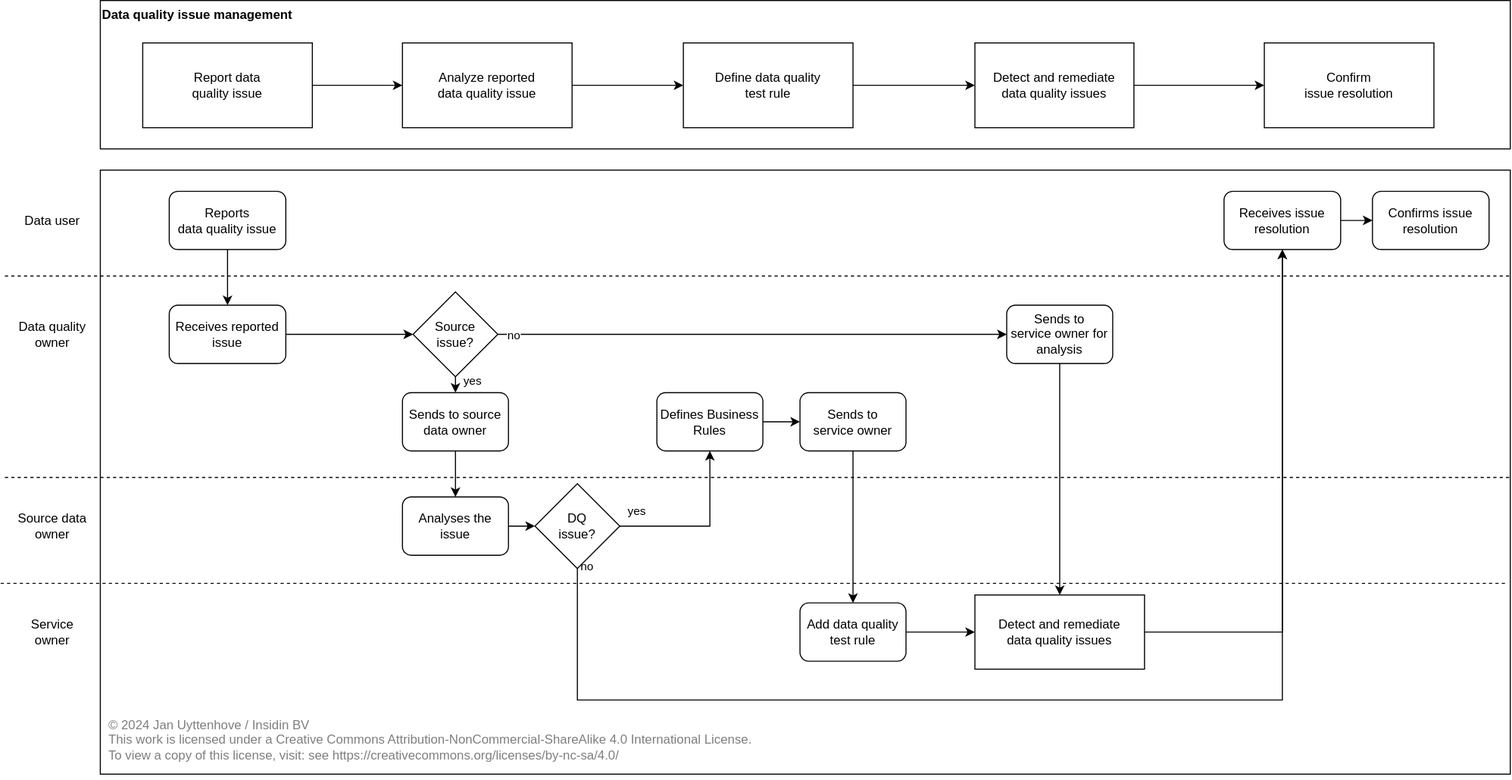
Earlier version of the draw.io export dm-process/dq-issue-mgmt.drawio.svg (insidin/architecture). Source tidied: cells renumbered, new cells last; positions are measured from the earlier drawing's top-left corner, leaving out a move shared by most shapes. Source of this version:
```xml
<mxGraphModel>
  <root>
    <mxCell id="0" />
    <mxCell id="1" parent="0" />
    <mxCell id="2" style="rounded=0;whiteSpace=wrap;html=1;align=left;verticalAlign=top;" parent="1" vertex="1">
      <mxGeometry x="94" y="160" width="1330" height="570" as="geometry" />
    </mxCell>
    <mxCell id="3" value="&lt;b&gt;Data quality issue management&lt;/b&gt;" style="rounded=0;whiteSpace=wrap;html=1;align=left;verticalAlign=top;" parent="1" vertex="1">
      <mxGeometry x="94" width="1330" height="140" as="geometry" />
    </mxCell>
    <mxCell id="4" value="Report data &lt;br&gt;quality issue" style="rounded=0;whiteSpace=wrap;html=1;" parent="1" vertex="1">
      <mxGeometry x="134" y="40" width="160" height="80" as="geometry" />
    </mxCell>
    <mxCell id="5" style="edgeStyle=none;rounded=0;jettySize=auto;html=1;exitX=1;exitY=0.5;exitDx=0;exitDy=0;entryX=0;entryY=0.5;entryDx=0;entryDy=0;" parent="1" edge="1" source="6" target="38">
      <mxGeometry relative="1" as="geometry" />
    </mxCell>
    <mxCell id="6" value="Define data quality &lt;br&gt;test rule" style="rounded=0;whiteSpace=wrap;html=1;" parent="1" vertex="1">
      <mxGeometry x="644" y="40" width="160" height="80" as="geometry" />
    </mxCell>
    <mxCell id="7" style="edgeStyle=orthogonalEdgeStyle;rounded=0;jettySize=auto;html=1;" parent="1" edge="1" source="38" target="36">
      <mxGeometry relative="1" as="geometry" />
    </mxCell>
    <mxCell id="8" style="endArrow=classic;html=1;rounded=0;exitX=1;exitY=0.5;exitDx=0;exitDy=0;entryX=0;entryY=0.5;entryDx=0;entryDy=0;" parent="1" edge="1" source="4" target="15">
      <mxGeometry relative="1" as="geometry" />
    </mxCell>
    <mxCell id="9" value="Data user" style="text;html=1;align=center;verticalAlign=middle;whiteSpace=wrap;rounded=0;" parent="1" vertex="1">
      <mxGeometry x="19" y="192.5" width="60" height="30" as="geometry" />
    </mxCell>
    <mxCell id="10" style="edgeStyle=orthogonalEdgeStyle;rounded=0;jettySize=auto;html=1;" parent="1" edge="1" source="11" target="13">
      <mxGeometry relative="1" as="geometry" />
    </mxCell>
    <mxCell id="11" value="Reports &lt;br&gt;data quality issue" style="rounded=1;whiteSpace=wrap;html=1;" parent="1" vertex="1">
      <mxGeometry x="159" y="180" width="110" height="55" as="geometry" />
    </mxCell>
    <mxCell id="12" value="Data quality owner" style="text;html=1;align=center;verticalAlign=middle;whiteSpace=wrap;rounded=0;" parent="1" vertex="1">
      <mxGeometry x="4" y="300" width="90" height="30" as="geometry" />
    </mxCell>
    <mxCell id="13" value="Receives reported issue" style="rounded=1;whiteSpace=wrap;html=1;" parent="1" vertex="1">
      <mxGeometry x="159" y="287.5" width="110" height="55" as="geometry" />
    </mxCell>
    <mxCell id="14" style="edgeStyle=orthogonalEdgeStyle;rounded=0;jettySize=auto;html=1;" parent="1" edge="1" source="15" target="6">
      <mxGeometry relative="1" as="geometry" />
    </mxCell>
    <mxCell id="15" value="Analyze reported &lt;br&gt;data quality issue" style="rounded=0;whiteSpace=wrap;html=1;" parent="1" vertex="1">
      <mxGeometry x="379" y="40" width="160" height="80" as="geometry" />
    </mxCell>
    <mxCell id="16" value="Source data&amp;nbsp;&lt;br style=&quot;border-color: var(--border-color);&quot;&gt;owner" style="text;html=1;align=center;verticalAlign=middle;whiteSpace=wrap;rounded=0;" parent="1" vertex="1">
      <mxGeometry x="4" y="480.9" width="90" height="30" as="geometry" />
    </mxCell>
    <mxCell id="17" style="edgeStyle=orthogonalEdgeStyle;rounded=0;jettySize=auto;html=1;" parent="1" edge="1" source="18" target="20">
      <mxGeometry relative="1" as="geometry" />
    </mxCell>
    <mxCell id="18" value="Sends to source data owner" style="rounded=1;whiteSpace=wrap;html=1;" parent="1" vertex="1">
      <mxGeometry x="379" y="370" width="100" height="55" as="geometry" />
    </mxCell>
    <mxCell id="19" style="edgeStyle=orthogonalEdgeStyle;rounded=0;jettySize=auto;html=1;entryX=0;entryY=0.5;entryDx=0;entryDy=0;" parent="1" edge="1" source="20" target="32">
      <mxGeometry relative="1" as="geometry" />
    </mxCell>
    <mxCell id="20" value="Analyses the issue" style="rounded=1;whiteSpace=wrap;html=1;" parent="1" vertex="1">
      <mxGeometry x="379" y="468.4" width="100" height="55" as="geometry" />
    </mxCell>
    <mxCell id="21" style="edgeStyle=orthogonalEdgeStyle;rounded=0;jettySize=auto;html=1;exitX=1;exitY=0.5;exitDx=0;exitDy=0;entryX=0.5;entryY=1;entryDx=0;entryDy=0;" parent="1" edge="1" source="32" target="24">
      <mxGeometry relative="1" as="geometry">
        <Array as="points">
          <mxPoint x="669" y="496" />
        </Array>
      </mxGeometry>
    </mxCell>
    <mxCell id="22" value="yes" style="edgeLabel;html=1;align=center;verticalAlign=middle;" parent="21" vertex="1">
      <mxGeometry x="-0.1" y="-1" relative="1" as="geometry">
        <mxPoint x="-55" y="-15" as="offset" />
      </mxGeometry>
    </mxCell>
    <mxCell id="23" style="edgeStyle=orthogonalEdgeStyle;rounded=0;jettySize=auto;html=1;" parent="1" edge="1" source="24" target="27">
      <mxGeometry relative="1" as="geometry" />
    </mxCell>
    <mxCell id="24" value="Defines Business Rules&amp;nbsp;" style="rounded=1;whiteSpace=wrap;html=1;" parent="1" vertex="1">
      <mxGeometry x="619" y="370" width="100" height="55" as="geometry" />
    </mxCell>
    <mxCell id="25" value="Service &lt;br&gt;owner" style="text;html=1;align=center;verticalAlign=middle;whiteSpace=wrap;rounded=0;" parent="1" vertex="1">
      <mxGeometry x="4" y="580.9" width="90" height="30" as="geometry" />
    </mxCell>
    <mxCell id="26" style="edgeStyle=none;rounded=0;jettySize=auto;html=1;exitX=0.5;exitY=1;exitDx=0;exitDy=0;" parent="1" edge="1" source="27" target="29">
      <mxGeometry relative="1" as="geometry" />
    </mxCell>
    <mxCell id="27" value="Sends to &lt;br&gt;service owner" style="rounded=1;whiteSpace=wrap;html=1;" parent="1" vertex="1">
      <mxGeometry x="754" y="370" width="100" height="55" as="geometry" />
    </mxCell>
    <mxCell id="28" style="edgeStyle=none;rounded=0;jettySize=auto;html=1;exitX=1;exitY=0.5;exitDx=0;exitDy=0;entryX=0;entryY=0.5;entryDx=0;entryDy=0;" parent="1" edge="1" source="29" target="37">
      <mxGeometry relative="1" as="geometry" />
    </mxCell>
    <mxCell id="29" value="Add data quality test rule" style="rounded=1;whiteSpace=wrap;html=1;" parent="1" vertex="1">
      <mxGeometry x="754" y="568.4" width="100" height="55" as="geometry" />
    </mxCell>
    <mxCell id="30" style="edgeStyle=orthogonalEdgeStyle;rounded=0;jettySize=auto;html=1;exitX=0.5;exitY=1;exitDx=0;exitDy=0;entryX=0.5;entryY=1;entryDx=0;entryDy=0;" parent="1" edge="1" source="32" target="34">
      <mxGeometry relative="1" as="geometry">
        <Array as="points">
          <mxPoint x="544" y="660" />
          <mxPoint x="1209" y="660" />
        </Array>
      </mxGeometry>
    </mxCell>
    <mxCell id="31" value="no" style="edgeLabel;html=1;align=center;verticalAlign=middle;" parent="30" vertex="1">
      <mxGeometry x="-0.9" y="-1" relative="1" as="geometry">
        <mxPoint x="9" y="-63" as="offset" />
      </mxGeometry>
    </mxCell>
    <mxCell id="32" value="DQ &lt;br&gt;issue?" style="rhombus;whiteSpace=wrap;html=1;" parent="1" vertex="1">
      <mxGeometry x="504" y="455.9" width="80" height="80" as="geometry" />
    </mxCell>
    <mxCell id="33" style="edgeStyle=none;rounded=0;jettySize=auto;html=1;" parent="1" edge="1" source="34" target="50">
      <mxGeometry relative="1" as="geometry" />
    </mxCell>
    <mxCell id="34" value="Receives issue resolution" style="rounded=1;whiteSpace=wrap;html=1;" parent="1" vertex="1">
      <mxGeometry x="1154" y="180" width="110" height="55" as="geometry" />
    </mxCell>
    <mxCell id="35" style="edgeStyle=orthogonalEdgeStyle;rounded=0;jettySize=auto;html=1;exitX=1;exitY=0.5;exitDx=0;exitDy=0;entryX=0.5;entryY=1;entryDx=0;entryDy=0;" parent="1" edge="1" source="37" target="34">
      <mxGeometry relative="1" as="geometry" />
    </mxCell>
    <mxCell id="36" value="Confirm&amp;nbsp;&lt;div&gt;issue resolution&lt;/div&gt;" style="rounded=0;whiteSpace=wrap;html=1;" parent="1" vertex="1">
      <mxGeometry x="1192" y="40" width="160" height="80" as="geometry" />
    </mxCell>
    <mxCell id="37" value="Detect and remediate &lt;br&gt;data quality issues" style="rounded=0;whiteSpace=wrap;html=1;" parent="1" vertex="1">
      <mxGeometry x="919" y="560.9" width="160" height="70" as="geometry" />
    </mxCell>
    <mxCell id="38" value="Detect and remediate &lt;br&gt;data quality issues" style="rounded=0;whiteSpace=wrap;html=1;" parent="1" vertex="1">
      <mxGeometry x="919" y="40" width="150" height="80" as="geometry" />
    </mxCell>
    <mxCell id="39" style="endArrow=none;dashed=1;html=1;rounded=0;" parent="1" edge="1">
      <mxGeometry relative="1" as="geometry">
        <mxPoint y="550" as="sourcePoint" />
        <mxPoint x="1420" y="550" as="targetPoint" />
      </mxGeometry>
    </mxCell>
    <mxCell id="40" style="endArrow=none;dashed=1;html=1;rounded=0;" parent="1" edge="1">
      <mxGeometry relative="1" as="geometry">
        <mxPoint x="4" y="450" as="sourcePoint" />
        <mxPoint x="1424" y="450" as="targetPoint" />
      </mxGeometry>
    </mxCell>
    <mxCell id="41" style="endArrow=none;dashed=1;html=1;rounded=0;" parent="1" edge="1">
      <mxGeometry relative="1" as="geometry">
        <mxPoint x="4" y="260" as="sourcePoint" />
        <mxPoint x="1424" y="260" as="targetPoint" />
      </mxGeometry>
    </mxCell>
    <mxCell id="42" style="edgeStyle=orthogonalEdgeStyle;rounded=0;jettySize=auto;html=1;exitX=1;exitY=0.5;exitDx=0;exitDy=0;entryX=0;entryY=0.5;entryDx=0;entryDy=0;" parent="1" edge="1" source="13" target="47">
      <mxGeometry relative="1" as="geometry" />
    </mxCell>
    <mxCell id="43" style="edgeStyle=none;rounded=0;jettySize=auto;html=1;" parent="1" edge="1" source="47" target="18">
      <mxGeometry relative="1" as="geometry" />
    </mxCell>
    <mxCell id="44" value="yes" style="edgeLabel;html=1;align=center;verticalAlign=middle;" parent="43" vertex="1">
      <mxGeometry x="-0.56" y="1" relative="1" as="geometry">
        <mxPoint x="14" as="offset" />
      </mxGeometry>
    </mxCell>
    <mxCell id="45" style="edgeStyle=none;rounded=0;jettySize=auto;html=1;exitX=1;exitY=0.5;exitDx=0;exitDy=0;" parent="1" edge="1" source="47" target="49">
      <mxGeometry relative="1" as="geometry" />
    </mxCell>
    <mxCell id="46" value="no" style="edgeLabel;html=1;align=center;verticalAlign=middle;" parent="45" vertex="1">
      <mxGeometry x="-0.94" relative="1" as="geometry" />
    </mxCell>
    <mxCell id="47" value="Source &lt;br&gt;issue?" style="rhombus;whiteSpace=wrap;html=1;" parent="1" vertex="1">
      <mxGeometry x="389" y="275" width="80" height="80" as="geometry" />
    </mxCell>
    <mxCell id="48" style="edgeStyle=none;rounded=0;jettySize=auto;html=1;exitX=0.5;exitY=1;exitDx=0;exitDy=0;entryX=0.5;entryY=0;entryDx=0;entryDy=0;" parent="1" edge="1" source="49" target="37">
      <mxGeometry relative="1" as="geometry" />
    </mxCell>
    <mxCell id="49" value="Sends to &lt;br&gt;service owner for analysis" style="rounded=1;whiteSpace=wrap;html=1;" parent="1" vertex="1">
      <mxGeometry x="949" y="287.5" width="100" height="55" as="geometry" />
    </mxCell>
    <mxCell id="50" value="Confirms issue resolution" style="rounded=1;whiteSpace=wrap;html=1;" parent="1" vertex="1">
      <mxGeometry x="1294" y="180" width="110" height="55" as="geometry" />
    </mxCell>
    <mxCell id="51" value="Watermark" parent="0" />
    <mxCell id="52" value="&lt;div&gt;© 2024 Jan Uyttenhove / Insidin BV&lt;/div&gt;&lt;div&gt;This work is licensed under a Creative Commons Attribution-NonCommercial-ShareAlike 4.0 International License.&lt;/div&gt;&lt;div&gt;To view a copy of this license, visit: see https://creativecommons.org/licenses/by-nc-sa/4.0/&lt;/div&gt;&lt;div&gt;&lt;br&gt;&lt;/div&gt;" style="whiteSpace=wrap;html=1;align=left;verticalAlign=top;fillColor=none;strokeColor=none;textOpacity=50;" parent="51" vertex="1">
      <mxGeometry x="100" y="670" width="620" height="60" as="geometry" />
    </mxCell>
  </root>
</mxGraphModel>
```
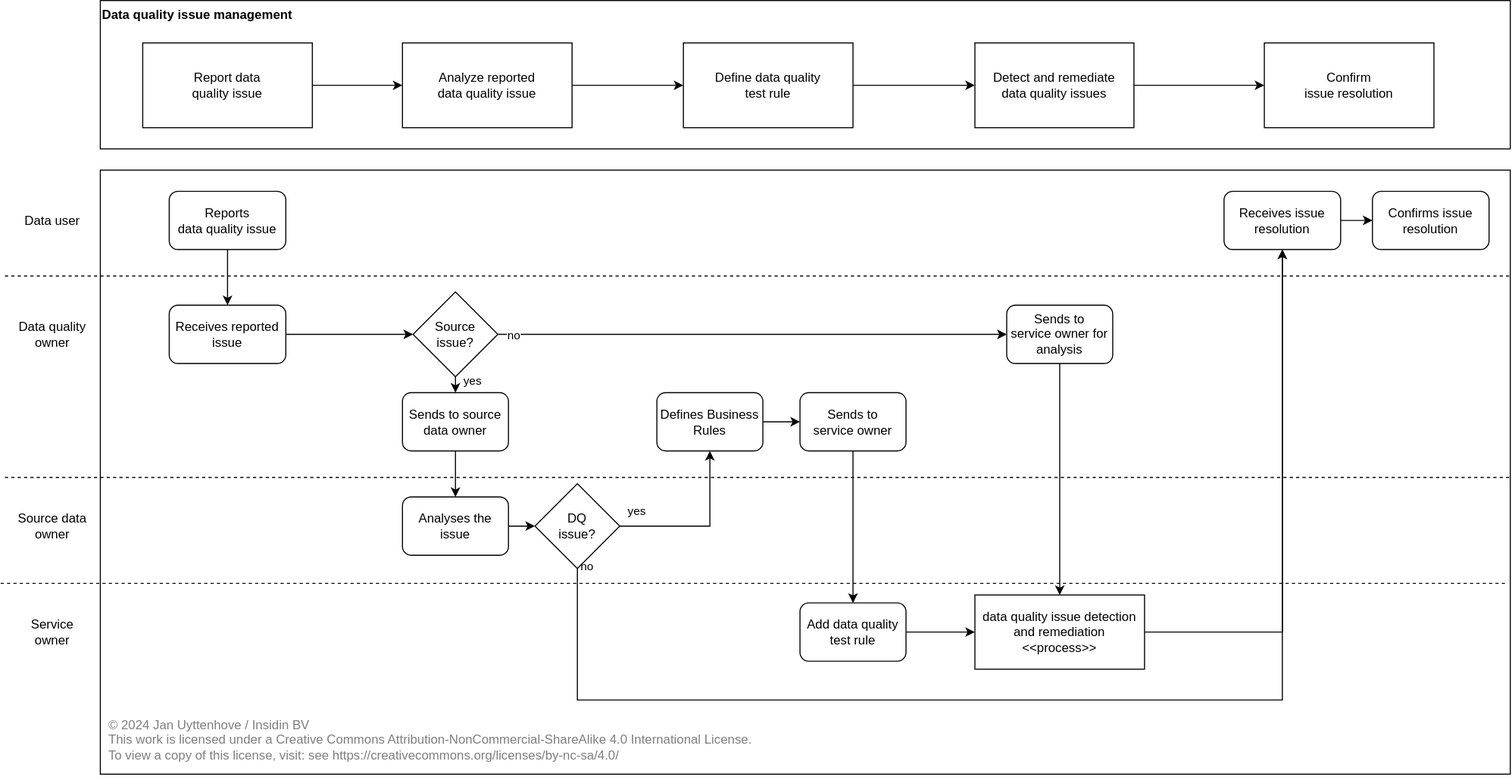
After the change.

Commit message:
fix subprocess reference

Diff of the diagram source:
```diff
@@ -120,7 +120,7 @@
     <mxCell id="36" value="Confirm&amp;nbsp;&lt;div&gt;issue resolution&lt;/div&gt;" style="rounded=0;whiteSpace=wrap;html=1;" parent="1" vertex="1">
       <mxGeometry x="1192" y="40" width="160" height="80" as="geometry" />
     </mxCell>
-    <mxCell id="37" value="Detect and remediate &lt;br&gt;data quality issues" style="rounded=0;whiteSpace=wrap;html=1;" parent="1" vertex="1">
+    <mxCell id="37" value="data quality issue detection and remediation&lt;br&gt;&amp;lt;&amp;lt;process&amp;gt;&amp;gt;" style="rounded=0;whiteSpace=wrap;html=1;" parent="1" vertex="1">
       <mxGeometry x="919" y="560.9" width="160" height="70" as="geometry" />
     </mxCell>
     <mxCell id="38" value="Detect and remediate &lt;br&gt;data quality issues" style="rounded=0;whiteSpace=wrap;html=1;" parent="1" vertex="1">
```
